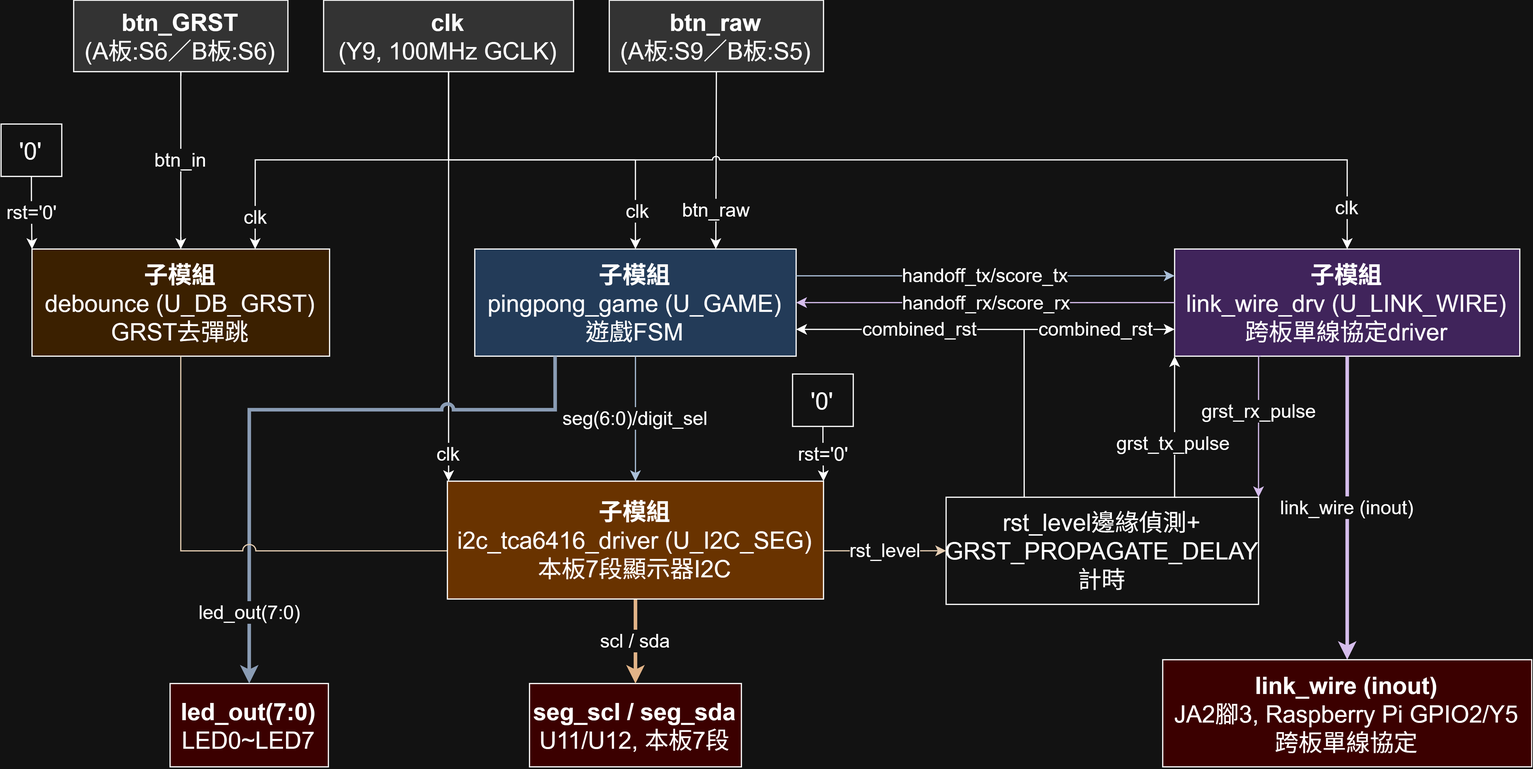
Before: Upload/image/方塊圖_電路圖.drawio.png, a diagram exported from draw.io (c111185103-alt/Project9_pingpong_linlwire). Source tidied: cells renumbered, new cells last; positions are measured from the earlier drawing's top-left corner, leaving out a move shared by most shapes. Source of this version:
```xml
<mxGraphModel>
  <root>
    <mxCell id="0" />
    <mxCell id="1" parent="0" />
    <mxCell id="2" value="&lt;div&gt;&lt;font style=&quot;font-size: 20px;&quot;&gt;&lt;b style=&quot;&quot;&gt;clk&lt;/b&gt;&lt;/font&gt;&lt;/div&gt;&lt;div&gt;&lt;font style=&quot;font-size: 20px;&quot;&gt;(Y9, 100MHz GCLK)&lt;/font&gt;&lt;/div&gt;" style="whiteSpace=wrap;html=1;verticalAlign=middle;align=center;fillColor=light-dark(#FFFFFF,#333333);" parent="1" vertex="1">
      <mxGeometry x="271" width="210" height="60" as="geometry" />
    </mxCell>
    <mxCell id="3" value="&lt;div&gt;&lt;font style=&quot;font-size: 20px;&quot;&gt;&lt;b style=&quot;&quot;&gt;btn_GRST&lt;/b&gt;&lt;/font&gt;&lt;/div&gt;&lt;div&gt;&lt;font style=&quot;font-size: 20px;&quot;&gt;(A板:S6／B板:S6)&lt;/font&gt;&lt;/div&gt;" style="whiteSpace=wrap;html=1;verticalAlign=middle;align=center;fillColor=light-dark(#FFFFFF,#333333);" parent="1" vertex="1">
      <mxGeometry x="61" width="180" height="60" as="geometry" />
    </mxCell>
    <mxCell id="4" value="&lt;div&gt;&lt;font style=&quot;font-size: 20px;&quot;&gt;&lt;b style=&quot;&quot;&gt;btn_raw&lt;/b&gt;&lt;/font&gt;&lt;/div&gt;&lt;div&gt;&lt;font style=&quot;font-size: 20px;&quot;&gt;(A板:S9／B板:S5)&lt;/font&gt;&lt;/div&gt;" style="whiteSpace=wrap;html=1;verticalAlign=middle;align=center;fillColor=light-dark(#FFFFFF,#333333);" parent="1" vertex="1">
      <mxGeometry x="511" width="180" height="60" as="geometry" />
    </mxCell>
    <mxCell id="5" value="&lt;div&gt;&lt;font style=&quot;font-size: 20px;&quot;&gt;'0'&lt;/font&gt;&lt;/div&gt;" style="whiteSpace=wrap;html=1;verticalAlign=middle;align=center;" parent="1" vertex="1">
      <mxGeometry y="104" width="51" height="44" as="geometry" />
    </mxCell>
    <mxCell id="6" value="&lt;div&gt;&lt;font style=&quot;font-size: 20px;&quot;&gt;'0'&lt;/font&gt;&lt;/div&gt;" style="whiteSpace=wrap;html=1;verticalAlign=middle;align=center;" parent="1" vertex="1">
      <mxGeometry x="665" y="314" width="51" height="44" as="geometry" />
    </mxCell>
    <mxCell id="7" value="&lt;div&gt;&lt;font style=&quot;font-size: 20px;&quot;&gt;&lt;b style=&quot;&quot;&gt;子模組&lt;/b&gt;&lt;/font&gt;&lt;/div&gt;&lt;div&gt;&lt;font style=&quot;font-size: 20px;&quot;&gt;debounce (U_DB_GRST)&lt;/font&gt;&lt;/div&gt;&lt;div&gt;&lt;font style=&quot;font-size: 20px;&quot;&gt;GRST去彈跳&lt;/font&gt;&lt;/div&gt;" style="whiteSpace=wrap;html=1;verticalAlign=middle;align=center;fillColor=light-dark(#FFFFFF,#3B2000);" parent="1" vertex="1">
      <mxGeometry x="26" y="209" width="250" height="90" as="geometry" />
    </mxCell>
    <mxCell id="8" value="&lt;div&gt;&lt;font style=&quot;font-size: 20px;&quot;&gt;&lt;b style=&quot;&quot;&gt;子模組&lt;/b&gt;&lt;/font&gt;&lt;/div&gt;&lt;div&gt;&lt;font style=&quot;font-size: 20px;&quot;&gt;pingpong_game (U_GAME)&lt;/font&gt;&lt;/div&gt;&lt;div&gt;&lt;font style=&quot;font-size: 20px;&quot;&gt;遊戲FSM&lt;/font&gt;&lt;/div&gt;" style="whiteSpace=wrap;html=1;verticalAlign=middle;align=center;fillColor=light-dark(#FFFFFF,#233B58);" parent="1" vertex="1">
      <mxGeometry x="398" y="209" width="270" height="90" as="geometry" />
    </mxCell>
    <mxCell id="9" value="&lt;div&gt;&lt;font style=&quot;font-size: 20px;&quot;&gt;&lt;b style=&quot;&quot;&gt;子模組&lt;/b&gt;&lt;/font&gt;&lt;/div&gt;&lt;div&gt;&lt;font style=&quot;font-size: 20px;&quot;&gt;link_wire_drv (U_LINK_WIRE)&lt;/font&gt;&lt;/div&gt;&lt;div&gt;&lt;font style=&quot;font-size: 20px;&quot;&gt;跨板單線協定driver&lt;/font&gt;&lt;/div&gt;" style="whiteSpace=wrap;html=1;verticalAlign=middle;align=center;fillColor=light-dark(#FFFFFF,#40245B);" parent="1" vertex="1">
      <mxGeometry x="986" y="209" width="290" height="90" as="geometry" />
    </mxCell>
    <mxCell id="10" value="&lt;div&gt;&lt;font style=&quot;font-size: 20px;&quot;&gt;&lt;b style=&quot;&quot;&gt;led_out(7:0)&lt;/b&gt;&lt;/font&gt;&lt;/div&gt;&lt;div&gt;&lt;font style=&quot;font-size: 20px;&quot;&gt;LED0~LED7&lt;/font&gt;&lt;/div&gt;" style="whiteSpace=wrap;html=1;verticalAlign=middle;align=center;fillColor=light-dark(#FFFFFF,#3B0000);" parent="1" vertex="1">
      <mxGeometry x="142" y="574" width="133" height="70" as="geometry" />
    </mxCell>
    <mxCell id="11" value="&lt;div&gt;&lt;font style=&quot;font-size: 20px;&quot;&gt;&lt;b style=&quot;&quot;&gt;seg_scl / seg_sda&lt;/b&gt;&lt;/font&gt;&lt;/div&gt;&lt;div&gt;&lt;font style=&quot;font-size: 20px;&quot;&gt;U11/U12, 本板7段&lt;/font&gt;&lt;/div&gt;" style="whiteSpace=wrap;html=1;verticalAlign=middle;align=center;fillColor=light-dark(#FFFFFF,#3B0000);" parent="1" vertex="1">
      <mxGeometry x="444" y="574" width="178" height="70" as="geometry" />
    </mxCell>
    <mxCell id="12" value="&lt;div&gt;&lt;font style=&quot;font-size: 20px;&quot;&gt;&lt;b style=&quot;&quot;&gt;link_wire (inout)&lt;/b&gt;&lt;/font&gt;&lt;/div&gt;&lt;div&gt;&lt;font style=&quot;font-size: 20px;&quot;&gt;JA2腳3, Raspberry Pi GPIO2/Y5&lt;/font&gt;&lt;/div&gt;&lt;div&gt;&lt;font style=&quot;font-size: 20px;&quot;&gt;跨板單線協定&lt;/font&gt;&lt;/div&gt;" style="whiteSpace=wrap;html=1;verticalAlign=middle;align=center;fillColor=light-dark(#FFFFFF,#3B0000);" parent="1" vertex="1">
      <mxGeometry x="976" y="554" width="310" height="90" as="geometry" />
    </mxCell>
    <mxCell id="13" value="&lt;font style=&quot;font-size: 16px;&quot;&gt;clk&lt;/font&gt;" style="edgeStyle=orthogonalEdgeStyle;rounded=0;jettySize=auto;html=1;exitX=0.5;exitY=1;exitDx=0;exitDy=0;entryX=0.5;entryY=0;entryDx=0;entryDy=0;fontSize=13;" parent="1" edge="1" source="2" target="8">
      <mxGeometry x="0.78" y="2" relative="1" as="geometry">
        <Array as="points">
          <mxPoint x="375.5" y="134.1" />
          <mxPoint x="533.1" y="134.1" />
        </Array>
        <mxPoint y="1" as="offset" />
      </mxGeometry>
    </mxCell>
    <mxCell id="14" value="&lt;font style=&quot;font-size: 16px;&quot;&gt;clk&lt;/font&gt;" style="edgeStyle=orthogonalEdgeStyle;rounded=0;jettySize=auto;html=1;exitX=0.5;exitY=1;exitDx=0;exitDy=0;entryX=0;entryY=0;entryDx=0;entryDy=0;fontSize=13;" parent="1" edge="1" source="2" target="33">
      <mxGeometry x="0.85" relative="1" as="geometry">
        <Array as="points">
          <mxPoint x="376" y="404" />
        </Array>
        <mxPoint y="1" as="offset" />
      </mxGeometry>
    </mxCell>
    <mxCell id="15" value="&lt;font style=&quot;font-size: 16px;&quot;&gt;btn_in&lt;/font&gt;" style="edgeStyle=orthogonalEdgeStyle;rounded=0;jettySize=auto;html=1;exitX=0.5;exitY=1;exitDx=0;exitDy=0;entryX=0.5;entryY=0;entryDx=0;entryDy=0;fontSize=13;" parent="1" edge="1" source="3" target="7">
      <mxGeometry relative="1" as="geometry">
        <Array as="points">
          <mxPoint x="151.5" y="94" />
        </Array>
      </mxGeometry>
    </mxCell>
    <mxCell id="16" value="&lt;font style=&quot;font-size: 16px;&quot;&gt;rst='0'&lt;/font&gt;" style="edgeStyle=orthogonalEdgeStyle;rounded=0;jettySize=auto;html=1;exitX=0.5;exitY=1;exitDx=0;exitDy=0;entryX=0;entryY=0;entryDx=0;entryDy=0;fontSize=13;" parent="1" edge="1" source="5" target="7">
      <mxGeometry relative="1" as="geometry" />
    </mxCell>
    <mxCell id="17" value="&lt;div&gt;&lt;span style=&quot;background-color: transparent; color: light-dark(rgb(0, 0, 0), rgb(255, 255, 255));&quot;&gt;&lt;font style=&quot;font-size: 20px;&quot;&gt;rst_level邊緣偵測+&lt;/font&gt;&lt;/span&gt;&lt;/div&gt;&lt;div&gt;&lt;font style=&quot;font-size: 20px;&quot;&gt;GRST_PROPAGATE_DELAY計時&lt;/font&gt;&lt;/div&gt;" style="whiteSpace=wrap;html=1;verticalAlign=middle;align=center;" parent="1" vertex="1">
      <mxGeometry x="794" y="417.5" width="262.5" height="90" as="geometry" />
    </mxCell>
    <mxCell id="18" value="&lt;font style=&quot;font-size: 16px;&quot;&gt;combined_rst&lt;/font&gt;" style="edgeStyle=orthogonalEdgeStyle;rounded=0;jettySize=auto;html=1;exitX=0.25;exitY=0;exitDx=0;exitDy=0;entryX=1;entryY=0.75;entryDx=0;entryDy=0;fontSize=13;" parent="1" edge="1" source="17" target="8">
      <mxGeometry x="0.38" relative="1" as="geometry">
        <Array as="points">
          <mxPoint x="859.6" y="276.5" />
        </Array>
      </mxGeometry>
    </mxCell>
    <mxCell id="19" value="&lt;font style=&quot;font-size: 16px;&quot;&gt;combined_rst&lt;/font&gt;" style="edgeStyle=orthogonalEdgeStyle;rounded=0;jettySize=auto;html=1;exitX=0.25;exitY=0;exitDx=0;exitDy=0;entryX=0;entryY=0.75;entryDx=0;entryDy=0;fontSize=13;" parent="1" edge="1" source="17" target="9">
      <mxGeometry x="0.5" relative="1" as="geometry">
        <Array as="points">
          <mxPoint x="859.6" y="276.5" />
        </Array>
      </mxGeometry>
    </mxCell>
    <mxCell id="20" value="&lt;font style=&quot;font-size: 16px;&quot;&gt;grst_rx_pulse&lt;/font&gt;" style="edgeStyle=orthogonalEdgeStyle;rounded=0;jettySize=auto;html=1;exitX=0.25;exitY=1;exitDx=0;exitDy=0;entryX=1;entryY=0;entryDx=0;entryDy=0;strokeColor=#40245B;fontSize=13;" parent="1" edge="1" source="9" target="17">
      <mxGeometry x="-0.21" relative="1" as="geometry">
        <Array as="points">
          <mxPoint x="1059.5" y="299" />
        </Array>
      </mxGeometry>
    </mxCell>
    <mxCell id="21" value="&lt;font style=&quot;font-size: 16px;&quot;&gt;grst_tx_pulse&lt;/font&gt;" style="edgeStyle=orthogonalEdgeStyle;rounded=0;jettySize=auto;html=1;exitX=0.75;exitY=0;exitDx=0;exitDy=0;fontSize=13;entryX=0;entryY=1;entryDx=0;entryDy=0;" parent="1" edge="1" target="9">
      <mxGeometry x="-0.23" y="1" relative="1" as="geometry">
        <mxPoint x="987.9" y="417.5" as="sourcePoint" />
        <Array as="points">
          <mxPoint x="986" y="417.5" />
        </Array>
      </mxGeometry>
    </mxCell>
    <mxCell id="22" value="&lt;font style=&quot;font-size: 16px;&quot;&gt;btn_raw&lt;/font&gt;" style="edgeStyle=orthogonalEdgeStyle;rounded=0;jettySize=auto;html=1;exitX=0.5;exitY=1;exitDx=0;exitDy=0;entryX=0.75;entryY=0;entryDx=0;entryDy=0;fontSize=13;" parent="1" edge="1" source="4" target="8">
      <mxGeometry x="0.57" relative="1" as="geometry">
        <Array as="points">
          <mxPoint x="601" y="64" />
          <mxPoint x="600.5" y="64" />
        </Array>
      </mxGeometry>
    </mxCell>
    <mxCell id="23" value="&lt;font style=&quot;font-size: 16px;&quot;&gt;seg(6:0)/digit_sel&lt;/font&gt;" style="edgeStyle=orthogonalEdgeStyle;rounded=0;jettySize=auto;html=1;exitX=0.5;exitY=1;exitDx=0;exitDy=0;entryX=0.5;entryY=0;entryDx=0;entryDy=0;strokeColor=#233B58;fontSize=13;" parent="1" edge="1" source="8" target="33">
      <mxGeometry relative="1" as="geometry" />
    </mxCell>
    <mxCell id="24" value="&lt;font style=&quot;font-size: 16px;&quot;&gt;led_out(7:0)&lt;/font&gt;" style="edgeStyle=orthogonalEdgeStyle;rounded=0;jettySize=auto;html=1;exitX=0.25;exitY=1;exitDx=0;exitDy=0;entryX=0.5;entryY=0;entryDx=0;entryDy=0;strokeColor=light-dark(#233B58,#8A9CB4);fontSize=13;jumpStyle=arc;strokeWidth=3;" parent="1" edge="1" source="8" target="10">
      <mxGeometry x="0.77" relative="1" as="geometry">
        <Array as="points">
          <mxPoint x="465.5" y="344" />
          <mxPoint x="208.5" y="344" />
        </Array>
      </mxGeometry>
    </mxCell>
    <mxCell id="25" value="&lt;font style=&quot;font-size: 16px;&quot;&gt;scl / sda&lt;/font&gt;" style="edgeStyle=orthogonalEdgeStyle;rounded=0;jettySize=auto;html=1;exitX=0.5;exitY=1;exitDx=0;exitDy=0;entryX=0.5;entryY=0;entryDx=0;entryDy=0;strokeColor=#693300;fontSize=13;strokeWidth=3;" parent="1" edge="1" source="33" target="11">
      <mxGeometry relative="1" as="geometry" />
    </mxCell>
    <mxCell id="26" value="&lt;font style=&quot;font-size: 16px;&quot;&gt;rst='0'&lt;/font&gt;" style="edgeStyle=orthogonalEdgeStyle;rounded=0;jettySize=auto;html=1;exitX=0.5;exitY=1;exitDx=0;exitDy=0;fontSize=13;entryX=1;entryY=0;entryDx=0;entryDy=0;" parent="1" edge="1" source="6" target="33">
      <mxGeometry relative="1" as="geometry" />
    </mxCell>
    <mxCell id="27" value="&lt;font style=&quot;font-size: 16px;&quot;&gt;handoff_tx/score_tx&lt;/font&gt;" style="edgeStyle=orthogonalEdgeStyle;rounded=0;jettySize=auto;html=1;exitX=1;exitY=0.25;exitDx=0;exitDy=0;entryX=0;entryY=0.25;entryDx=0;entryDy=0;strokeColor=light-dark(#233B58,#AABFD8);fontSize=13;" parent="1" edge="1" source="8" target="9">
      <mxGeometry relative="1" as="geometry" />
    </mxCell>
    <mxCell id="28" value="&lt;font style=&quot;font-size: 16px;&quot;&gt;handoff_rx/score_rx&lt;/font&gt;" style="edgeStyle=orthogonalEdgeStyle;rounded=0;jettySize=auto;html=1;exitX=0;exitY=0.5;exitDx=0;exitDy=0;entryX=1;entryY=0.5;entryDx=0;entryDy=0;strokeColor=light-dark(#40245B,#D5BDEC);fontSize=13;" parent="1" edge="1" source="9" target="8">
      <mxGeometry relative="1" as="geometry" />
    </mxCell>
    <mxCell id="29" value="&lt;font style=&quot;font-size: 16px;&quot;&gt;link_wire (inout)&lt;/font&gt;" style="edgeStyle=orthogonalEdgeStyle;rounded=0;jettySize=auto;html=1;exitX=0.5;exitY=1;exitDx=0;exitDy=0;entryX=0.5;entryY=0;entryDx=0;entryDy=0;strokeColor=#40245B;fontSize=13;strokeWidth=3;" parent="1" edge="1" source="9" target="12">
      <mxGeometry relative="1" as="geometry" />
    </mxCell>
    <mxCell id="30" value="&lt;font style=&quot;font-size: 16px;&quot;&gt;clk&lt;/font&gt;" style="edgeStyle=orthogonalEdgeStyle;rounded=0;jettySize=auto;html=1;exitX=0.5;exitY=1;exitDx=0;exitDy=0;entryX=0.75;entryY=0;entryDx=0;entryDy=0;fontSize=13;jumpStyle=arc;" parent="1" edge="1" source="2" target="7">
      <mxGeometry x="0.83" relative="1" as="geometry">
        <Array as="points">
          <mxPoint x="376" y="134.1" />
          <mxPoint x="213.5" y="134.1" />
        </Array>
      </mxGeometry>
    </mxCell>
    <mxCell id="31" value="&lt;font style=&quot;font-size: 16px;&quot;&gt;clk&lt;/font&gt;" style="edgeStyle=orthogonalEdgeStyle;rounded=0;jettySize=auto;html=1;exitX=0.5;exitY=1;exitDx=0;exitDy=0;entryX=0.5;entryY=0;entryDx=0;entryDy=0;fontSize=13;jumpStyle=arc;" parent="1" edge="1" source="2" target="9">
      <mxGeometry x="0.92" relative="1" as="geometry">
        <Array as="points">
          <mxPoint x="376" y="134.1" />
          <mxPoint x="1131" y="134.1" />
        </Array>
      </mxGeometry>
    </mxCell>
    <mxCell id="32" value="&lt;font style=&quot;font-size: 16px;&quot;&gt;rst_level&lt;/font&gt;" style="edgeStyle=orthogonalEdgeStyle;rounded=0;jettySize=auto;html=1;exitX=0.5;exitY=1;exitDx=0;exitDy=0;entryX=0;entryY=0.5;entryDx=0;entryDy=0;strokeColor=#3B2000;fontSize=13;jumpStyle=arc;jumpSize=11;" parent="1" edge="1" source="7" target="17">
      <mxGeometry x="0.87" relative="1" as="geometry">
        <Array as="points">
          <mxPoint x="151" y="462.5" />
        </Array>
      </mxGeometry>
    </mxCell>
    <mxCell id="33" value="&lt;div&gt;&lt;font style=&quot;font-size: 20px;&quot;&gt;&lt;b style=&quot;&quot;&gt;子模組&lt;/b&gt;&lt;/font&gt;&lt;/div&gt;&lt;div&gt;&lt;font style=&quot;font-size: 20px;&quot;&gt;i2c_tca6416_driver (U_I2C_SEG)&lt;/font&gt;&lt;/div&gt;&lt;div&gt;&lt;font style=&quot;font-size: 20px;&quot;&gt;本板7段顯示器I2C&lt;/font&gt;&lt;/div&gt;" style="whiteSpace=wrap;html=1;verticalAlign=middle;align=center;fillColor=light-dark(#FFFFFF,#693300);" parent="1" vertex="1">
      <mxGeometry x="375" y="404" width="316" height="99" as="geometry" />
    </mxCell>
  </root>
</mxGraphModel>
```
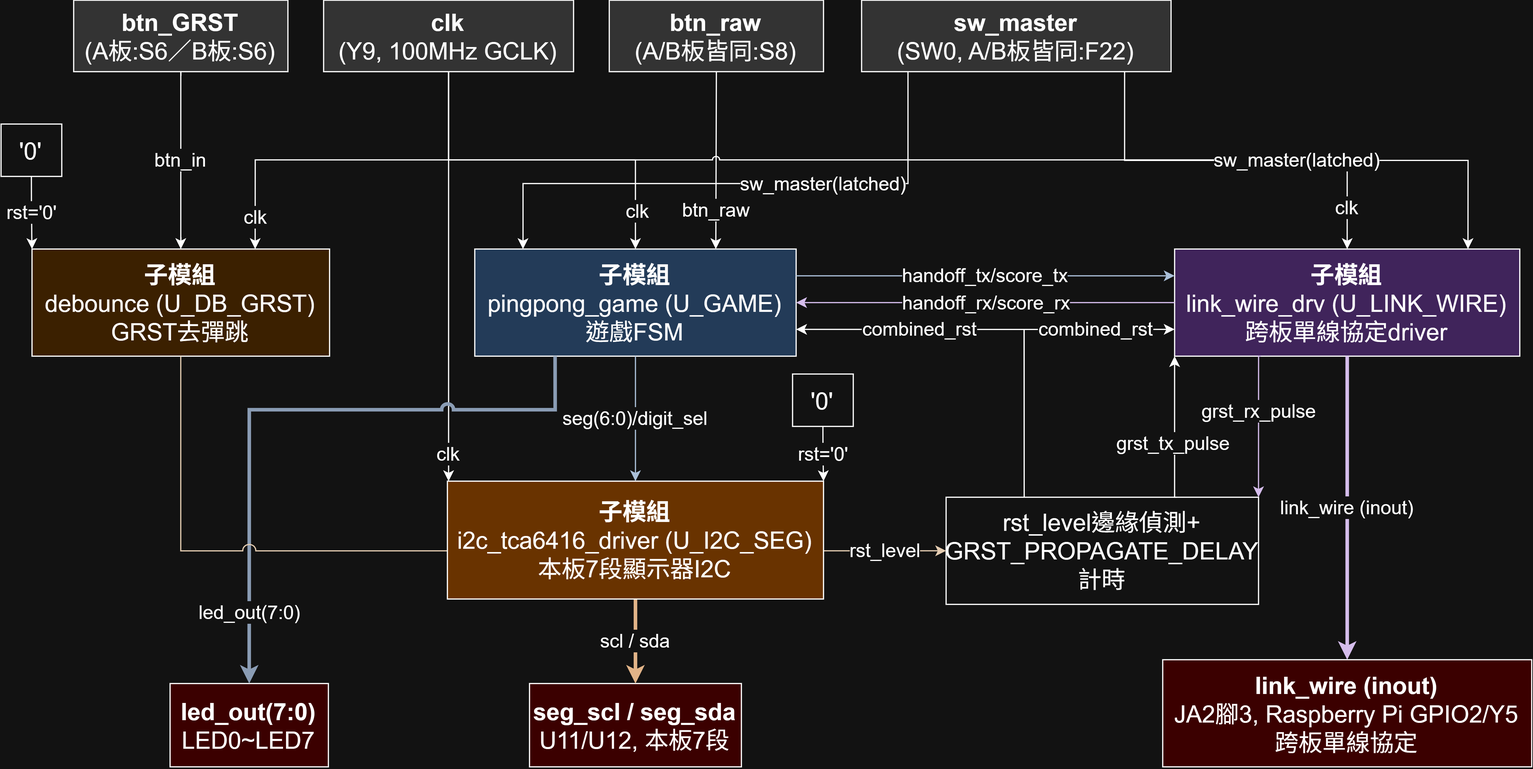
The same diagram one commit later.

What changed in the source:
```diff
@@ -8,9 +8,12 @@
     <mxCell id="3" value="&lt;div&gt;&lt;font style=&quot;font-size: 20px;&quot;&gt;&lt;b style=&quot;&quot;&gt;btn_GRST&lt;/b&gt;&lt;/font&gt;&lt;/div&gt;&lt;div&gt;&lt;font style=&quot;font-size: 20px;&quot;&gt;(A板:S6／B板:S6)&lt;/font&gt;&lt;/div&gt;" style="whiteSpace=wrap;html=1;verticalAlign=middle;align=center;fillColor=light-dark(#FFFFFF,#333333);" parent="1" vertex="1">
       <mxGeometry x="61" width="180" height="60" as="geometry" />
     </mxCell>
-    <mxCell id="4" value="&lt;div&gt;&lt;font style=&quot;font-size: 20px;&quot;&gt;&lt;b style=&quot;&quot;&gt;btn_raw&lt;/b&gt;&lt;/font&gt;&lt;/div&gt;&lt;div&gt;&lt;font style=&quot;font-size: 20px;&quot;&gt;(A板:S9／B板:S5)&lt;/font&gt;&lt;/div&gt;" style="whiteSpace=wrap;html=1;verticalAlign=middle;align=center;fillColor=light-dark(#FFFFFF,#333333);" parent="1" vertex="1">
+    <mxCell id="4" value="&lt;div&gt;&lt;font style=&quot;font-size: 20px;&quot;&gt;&lt;b style=&quot;&quot;&gt;btn_raw&lt;/b&gt;&lt;/font&gt;&lt;/div&gt;&lt;div&gt;&lt;font style=&quot;font-size: 20px;&quot;&gt;(A/B板皆同:S8)&lt;/font&gt;&lt;/div&gt;" style="whiteSpace=wrap;html=1;verticalAlign=middle;align=center;fillColor=light-dark(#FFFFFF,#333333);" parent="1" vertex="1">
       <mxGeometry x="511" width="180" height="60" as="geometry" />
     </mxCell>
+    <mxCell id="34" value="&lt;div&gt;&lt;font style=&quot;font-size: 20px;&quot;&gt;&lt;b style=&quot;&quot;&gt;sw_master&lt;/b&gt;&lt;/font&gt;&lt;/div&gt;&lt;div&gt;&lt;font style=&quot;font-size: 20px;&quot;&gt;(SW0, A/B板皆同:F22)&lt;/font&gt;&lt;/div&gt;" style="whiteSpace=wrap;html=1;verticalAlign=middle;align=center;fillColor=light-dark(#FFFFFF,#333333);" parent="1" vertex="1">
+      <mxGeometry x="723" width="260" height="60" as="geometry" />
+    </mxCell>
     <mxCell id="5" value="&lt;div&gt;&lt;font style=&quot;font-size: 20px;&quot;&gt;'0'&lt;/font&gt;&lt;/div&gt;" style="whiteSpace=wrap;html=1;verticalAlign=middle;align=center;" parent="1" vertex="1">
       <mxGeometry y="104" width="51" height="44" as="geometry" />
     </mxCell>
@@ -151,6 +154,17 @@
         </Array>
       </mxGeometry>
     </mxCell>
+    <mxCell id="35" value="&lt;font style=&quot;font-size: 16px;&quot;&gt;sw_master(latched)&lt;/font&gt;" style="edgeStyle=orthogonalEdgeStyle;rounded=0;jettySize=auto;html=1;exitX=0.15;exitY=1;exitDx=0;exitDy=0;entryX=0.15;entryY=0;entryDx=0;entryDy=0;fontSize=13;" parent="1" edge="1" source="34" target="8">
+      <mxGeometry x="-0.3" relative="1" as="geometry">
+        <Array as="points">
+          <mxPoint x="762" y="154" />
+          <mxPoint x="438.5" y="154" />
+        </Array>
+      </mxGeometry>
+    </mxCell>
+    <mxCell id="36" value="&lt;font style=&quot;font-size: 16px;&quot;&gt;sw_master(latched)&lt;/font&gt;" style="edgeStyle=orthogonalEdgeStyle;rounded=0;jettySize=auto;html=1;exitX=0.85;exitY=1;exitDx=0;exitDy=0;entryX=0.85;entryY=0;entryDx=0;entryDy=0;fontSize=13;" parent="1" edge="1" source="34" target="9">
+      <mxGeometry relative="1" as="geometry" />
+    </mxCell>
     <mxCell id="33" value="&lt;div&gt;&lt;font style=&quot;font-size: 20px;&quot;&gt;&lt;b style=&quot;&quot;&gt;子模組&lt;/b&gt;&lt;/font&gt;&lt;/div&gt;&lt;div&gt;&lt;font style=&quot;font-size: 20px;&quot;&gt;i2c_tca6416_driver (U_I2C_SEG)&lt;/font&gt;&lt;/div&gt;&lt;div&gt;&lt;font style=&quot;font-size: 20px;&quot;&gt;本板7段顯示器I2C&lt;/font&gt;&lt;/div&gt;" style="whiteSpace=wrap;html=1;verticalAlign=middle;align=center;fillColor=light-dark(#FFFFFF,#693300);" parent="1" vertex="1">
       <mxGeometry x="375" y="404" width="316" height="99" as="geometry" />
     </mxCell>
```
